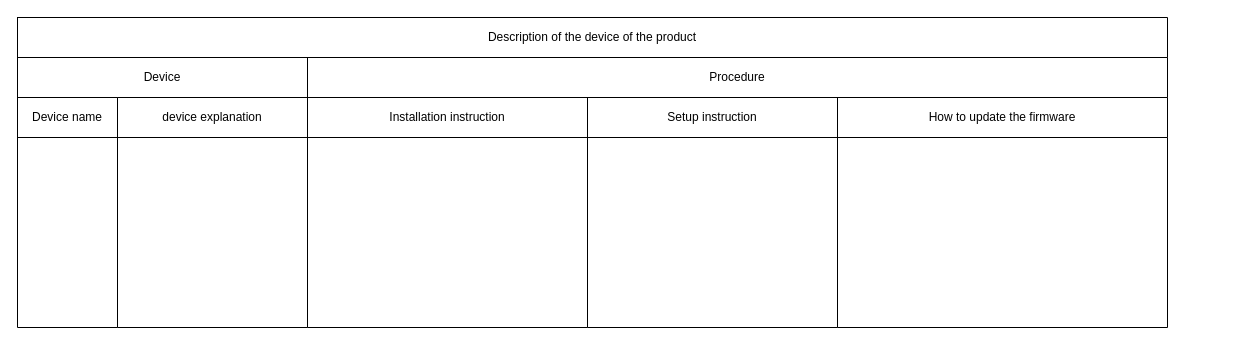
Earlier version of the draw.io diagram Description of the device of the product.drawio (amerezoji1362/drawio-github). Source tidied: cells renumbered, new cells numbered last; positions are measured from the earlier drawing's top-left corner, leaving out a move shared by most shapes. Both pictures are drawn from the tidied source at 100%, with x=0, y=0 at pixel (17, 17).
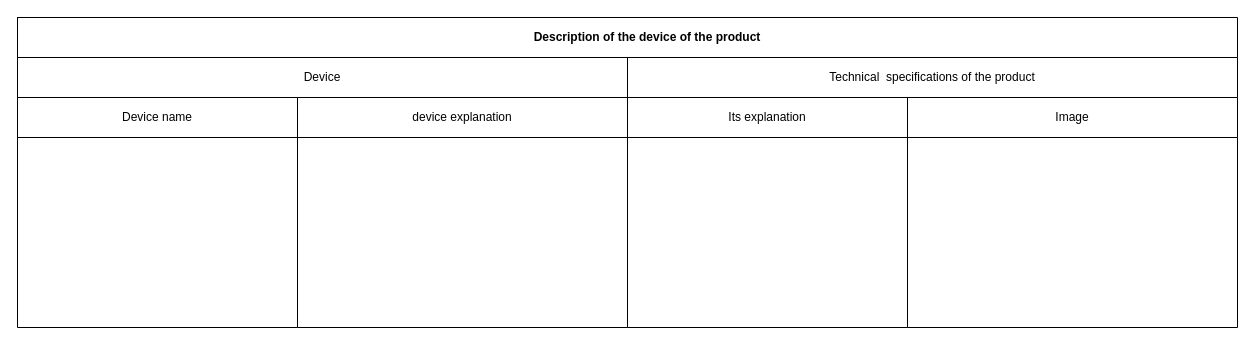
The same page after the edit.

Unchanged cells that the change refers to:
```xml
<mxCell id="18" style="shape=partialRectangle;fillColor=none;top=0;left=0;bottom=0;right=0;" parent="17" vertex="1">
  <mxGeometry width="280" height="40" as="geometry" />
</mxCell>
```

The edit, as a diff of the source:
```diff
@@
     <mxCell id="2" style="shape=table;startSize=0;childLayout=tableLayout;" parent="1" vertex="1">
-      <mxGeometry width="1150" height="40" as="geometry" />
+      <mxGeometry width="1220" height="40" as="geometry" />
     </mxCell>
     <mxCell id="3" style="shape=partialRectangle;fillColor=none;top=0;left=0;bottom=0;right=0;" parent="2" vertex="1">
-      <mxGeometry width="1150" height="40" as="geometry" />
+      <mxGeometry width="1220" height="40" as="geometry" />
     </mxCell>
-    <mxCell id="4" value="Description of the device of the product" style="shape=partialRectangle;html=1;whiteSpace=wrap;overflow=hidden;fillColor=none;top=0;left=0;bottom=0;right=0;" parent="3" vertex="1">
-      <mxGeometry width="1150" height="40" as="geometry" />
+    <mxCell id="4" style="shape=partialRectangle;html=1;whiteSpace=wrap;overflow=hidden;fillColor=none;top=0;left=0;bottom=0;right=0;" parent="3" vertex="1">
+      <mxGeometry width="1220" height="40" as="geometry" />
     </mxCell>
     <mxCell id="5" style="shape=table;startSize=0;childLayout=tableLayout;" parent="1" vertex="1">
-      <mxGeometry y="40" width="290" height="40" as="geometry" />
+      <mxGeometry y="40" width="610" height="40" as="geometry" />
     </mxCell>
     <mxCell id="6" style="shape=partialRectangle;fillColor=none;top=0;left=0;bottom=0;right=0;" parent="5" vertex="1">
-      <mxGeometry width="290" height="40" as="geometry" />
+      <mxGeometry width="610" height="40" as="geometry" />
     </mxCell>
     <mxCell id="7" value="Device" style="shape=partialRectangle;html=1;whiteSpace=wrap;overflow=hidden;fillColor=none;top=0;left=0;bottom=0;right=0;" parent="6" vertex="1">
-      <mxGeometry width="290" height="40" as="geometry" />
+      <mxGeometry width="610" height="40" as="geometry" />
     </mxCell>
     <mxCell id="8" style="shape=table;startSize=0;childLayout=tableLayout;" parent="1" vertex="1">
-      <mxGeometry x="100" y="80" width="190" height="40" as="geometry" />
+      <mxGeometry x="280" y="80" width="330" height="40" as="geometry" />
     </mxCell>
     <mxCell id="9" style="shape=partialRectangle;fillColor=none;top=0;left=0;bottom=0;right=0;" parent="8" vertex="1">
-      <mxGeometry width="190" height="40" as="geometry" />
+      <mxGeometry width="330" height="40" as="geometry" />
     </mxCell>
     <mxCell id="10" value="device explanation" style="shape=partialRectangle;html=1;whiteSpace=wrap;overflow=hidden;fillColor=none;top=0;left=0;bottom=0;right=0;" parent="9" vertex="1">
-      <mxGeometry width="190" height="40" as="geometry" />
+      <mxGeometry width="330" height="40" as="geometry" />
     </mxCell>
     <mxCell id="11" style="shape=table;startSize=0;childLayout=tableLayout;" parent="1" vertex="1">
-      <mxGeometry y="80" width="100" height="40" as="geometry" />
+      <mxGeometry y="80" width="280" height="40" as="geometry" />
     </mxCell>
     <mxCell id="12" style="shape=partialRectangle;fillColor=none;top=0;left=0;bottom=0;right=0;" parent="11" vertex="1">
-      <mxGeometry width="100" height="40" as="geometry" />
+      <mxGeometry width="280" height="40" as="geometry" />
     </mxCell>
     <mxCell id="13" value="Device name " style="shape=partialRectangle;html=1;whiteSpace=wrap;overflow=hidden;fillColor=none;top=0;left=0;bottom=0;right=0;" parent="12" vertex="1">
-      <mxGeometry width="100" height="40" as="geometry" />
+      <mxGeometry width="280" height="40" as="geometry" />
     </mxCell>
     <mxCell id="14" style="shape=table;startSize=0;childLayout=tableLayout;" parent="1" vertex="1">
-      <mxGeometry x="290" y="40" width="860" height="40" as="geometry" />
+      <mxGeometry x="610" y="40" width="610" height="40" as="geometry" />
     </mxCell>
     <mxCell id="15" style="shape=partialRectangle;fillColor=none;top=0;left=0;bottom=0;right=0;" parent="14" vertex="1">
-      <mxGeometry width="860" height="40" as="geometry" />
+      <mxGeometry width="610" height="40" as="geometry" />
     </mxCell>
-    <mxCell id="16" value="Procedure" style="shape=partialRectangle;html=1;whiteSpace=wrap;overflow=hidden;fillColor=none;top=0;left=0;bottom=0;right=0;" parent="15" vertex="1">
-      <mxGeometry width="860" height="40" as="geometry" />
+    <mxCell id="16" value="Technical&amp;nbsp; specifications of the product" style="shape=partialRectangle;html=1;whiteSpace=wrap;overflow=hidden;fillColor=none;top=0;left=0;bottom=0;right=0;" parent="15" vertex="1">
+      <mxGeometry width="610" height="40" as="geometry" />
     </mxCell>
     <mxCell id="17" style="shape=table;startSize=0;childLayout=tableLayout;" parent="1" vertex="1">
-      <mxGeometry x="290" y="80" width="280" height="40" as="geometry" />
+      <mxGeometry x="610" y="80" width="280" height="40" as="geometry" />
     </mxCell>
@@
-    <mxCell id="19" value="Installation instruction" style="shape=partialRectangle;html=1;whiteSpace=wrap;overflow=hidden;fillColor=none;top=0;left=0;bottom=0;right=0;" parent="18" vertex="1">
+    <mxCell id="19" value="Its explanation" style="shape=partialRectangle;html=1;whiteSpace=wrap;overflow=hidden;fillColor=none;top=0;left=0;bottom=0;right=0;" parent="18" vertex="1">
       <mxGeometry width="280" height="40" as="geometry" />
     </mxCell>
     <mxCell id="20" style="shape=table;startSize=0;childLayout=tableLayout;" parent="1" vertex="1">
-      <mxGeometry x="570" y="80" width="250" height="40" as="geometry" />
+      <mxGeometry x="890" y="80" width="330" height="40" as="geometry" />
     </mxCell>
     <mxCell id="21" style="shape=partialRectangle;fillColor=none;top=0;left=0;bottom=0;right=0;" parent="20" vertex="1">
-      <mxGeometry width="250" height="40" as="geometry" />
+      <mxGeometry width="330" height="40" as="geometry" />
     </mxCell>
-    <mxCell id="22" value="Setup instruction" style="shape=partialRectangle;html=1;whiteSpace=wrap;overflow=hidden;fillColor=none;top=0;left=0;bottom=0;right=0;" parent="21" vertex="1">
-      <mxGeometry width="250" height="40" as="geometry" />
+    <mxCell id="22" value="Image" style="shape=partialRectangle;html=1;whiteSpace=wrap;overflow=hidden;fillColor=none;top=0;left=0;bottom=0;right=0;" parent="21" vertex="1">
+      <mxGeometry width="330" height="40" as="geometry" />
     </mxCell>
-    <mxCell id="23" style="shape=table;startSize=0;childLayout=tableLayout;" parent="1" vertex="1">
-      <mxGeometry x="820" y="80" width="330" height="40" as="geometry" />
-    </mxCell>
-    <mxCell id="24" style="shape=partialRectangle;fillColor=none;top=0;left=0;bottom=0;right=0;" parent="23" vertex="1">
-      <mxGeometry width="330" height="40" as="geometry" />
-    </mxCell>
-    <mxCell id="25" value="How to update the firmware" style="shape=partialRectangle;html=1;whiteSpace=wrap;overflow=hidden;fillColor=none;top=0;left=0;bottom=0;right=0;" parent="24" vertex="1">
-      <mxGeometry width="330" height="40" as="geometry" />
-    </mxCell>
     <mxCell id="26" style="shape=table;startSize=0;childLayout=tableLayout;" parent="1" vertex="1">
-      <mxGeometry y="120" width="100" height="190" as="geometry" />
+      <mxGeometry y="120" width="280" height="190" as="geometry" />
     </mxCell>
     <mxCell id="27" style="shape=partialRectangle;fillColor=none;top=0;left=0;bottom=0;right=0;" parent="26" vertex="1">
-      <mxGeometry width="100" height="190" as="geometry" />
+      <mxGeometry width="280" height="190" as="geometry" />
     </mxCell>
     <mxCell id="28" style="shape=partialRectangle;html=1;whiteSpace=wrap;overflow=hidden;fillColor=none;top=0;left=0;bottom=0;right=0;" parent="27" vertex="1">
-      <mxGeometry width="100" height="190" as="geometry" />
+      <mxGeometry width="280" height="190" as="geometry" />
     </mxCell>
     <mxCell id="29" style="shape=table;startSize=0;childLayout=tableLayout;" parent="1" vertex="1">
-      <mxGeometry x="100" y="120" width="190" height="190" as="geometry" />
+      <mxGeometry x="280" y="120" width="330" height="190" as="geometry" />
     </mxCell>
     <mxCell id="30" style="shape=partialRectangle;fillColor=none;top=0;left=0;bottom=0;right=0;" parent="29" vertex="1">
-      <mxGeometry width="190" height="190" as="geometry" />
+      <mxGeometry width="330" height="190" as="geometry" />
     </mxCell>
     <mxCell id="31" style="shape=partialRectangle;html=1;whiteSpace=wrap;overflow=hidden;fillColor=none;top=0;left=0;bottom=0;right=0;" parent="30" vertex="1">
-      <mxGeometry width="190" height="190" as="geometry" />
+      <mxGeometry width="330" height="190" as="geometry" />
     </mxCell>
     <mxCell id="32" style="shape=table;startSize=0;childLayout=tableLayout;" parent="1" vertex="1">
-      <mxGeometry x="290" y="120" width="280" height="190" as="geometry" />
+      <mxGeometry x="610" y="120" width="280" height="190" as="geometry" />
     </mxCell>
@@
     <mxCell id="35" style="shape=table;startSize=0;childLayout=tableLayout;" parent="1" vertex="1">
-      <mxGeometry x="570" y="120" width="250" height="190" as="geometry" />
+      <mxGeometry x="890" y="120" width="330" height="190" as="geometry" />
     </mxCell>
     <mxCell id="36" style="shape=partialRectangle;fillColor=none;top=0;left=0;bottom=0;right=0;" parent="35" vertex="1">
-      <mxGeometry width="250" height="190" as="geometry" />
+      <mxGeometry width="330" height="190" as="geometry" />
     </mxCell>
     <mxCell id="37" style="shape=partialRectangle;html=1;whiteSpace=wrap;overflow=hidden;fillColor=none;top=0;left=0;bottom=0;right=0;" parent="36" vertex="1">
-      <mxGeometry width="250" height="190" as="geometry" />
+      <mxGeometry width="330" height="190" as="geometry" />
     </mxCell>
-    <mxCell id="38" style="shape=table;startSize=0;childLayout=tableLayout;" parent="1" vertex="1">
-      <mxGeometry x="820" y="120" width="330" height="190" as="geometry" />
-    </mxCell>
-    <mxCell id="39" style="shape=partialRectangle;fillColor=none;top=0;left=0;bottom=0;right=0;" parent="38" vertex="1">
-      <mxGeometry width="330" height="190" as="geometry" />
-    </mxCell>
-    <mxCell id="40" style="shape=partialRectangle;html=1;whiteSpace=wrap;overflow=hidden;fillColor=none;top=0;left=0;bottom=0;right=0;" parent="39" vertex="1">
-      <mxGeometry width="330" height="190" as="geometry" />
-    </mxCell>
+    <mxCell id="41" value="&lt;b&gt;Description of the device of the product&lt;/b&gt;" style="text;html=1;strokeColor=none;fillColor=none;align=center;verticalAlign=middle;whiteSpace=wrap;rounded=0;rotation=0;" parent="1" vertex="1">
+      <mxGeometry x="500" y="10" width="260" height="20" as="geometry" />
+    </mxCell>
```
